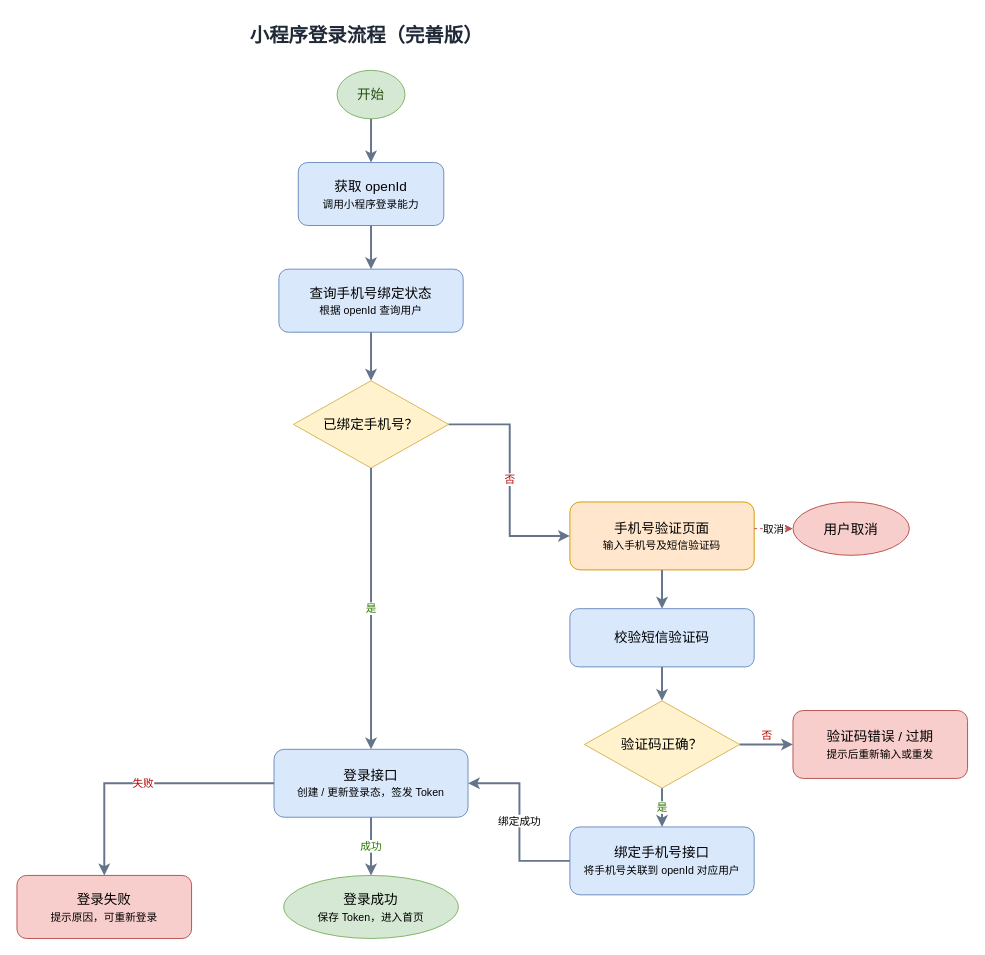
This is 未命名绘图.drawio from climbh/wraw.io.collection, a draw.io file, before an edit. Source tidied: cells renumbered, new cells numbered last; positions are measured from the earlier drawing's top-left corner, leaving out a move shared by most shapes. Both pictures are drawn from the tidied source at 97%, with x=0, y=0 at pixel (16, 16).
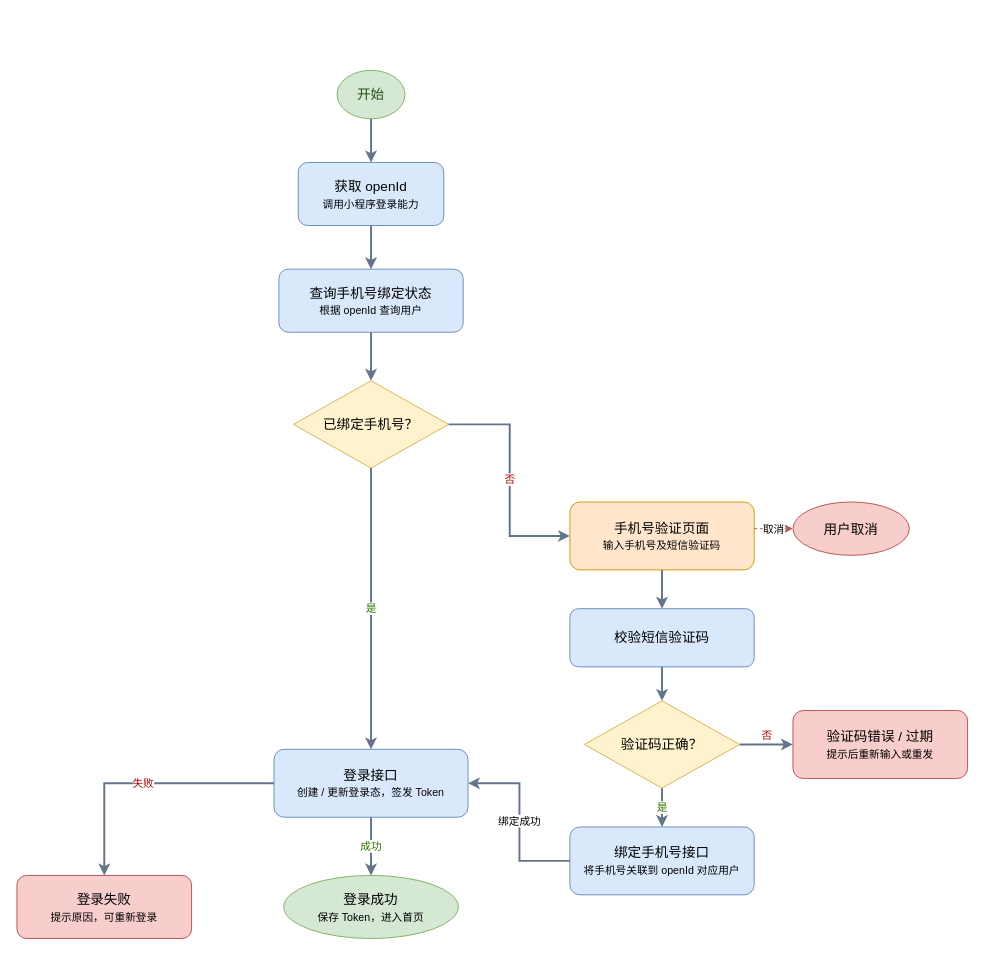
After the change.

Commit message:
低代码-小程序登录流程.drawio

Change to the diagram source:
```diff
@@
-    <mxCell id="2" value="小程序登录流程（完善版）" style="text;html=1;align=center;verticalAlign=middle;fontSize=20;fontStyle=1;fontColor=#1F2937;" parent="1" vertex="1">
-      <mxGeometry x="160" width="400" height="35" as="geometry" />
-    </mxCell>
```
